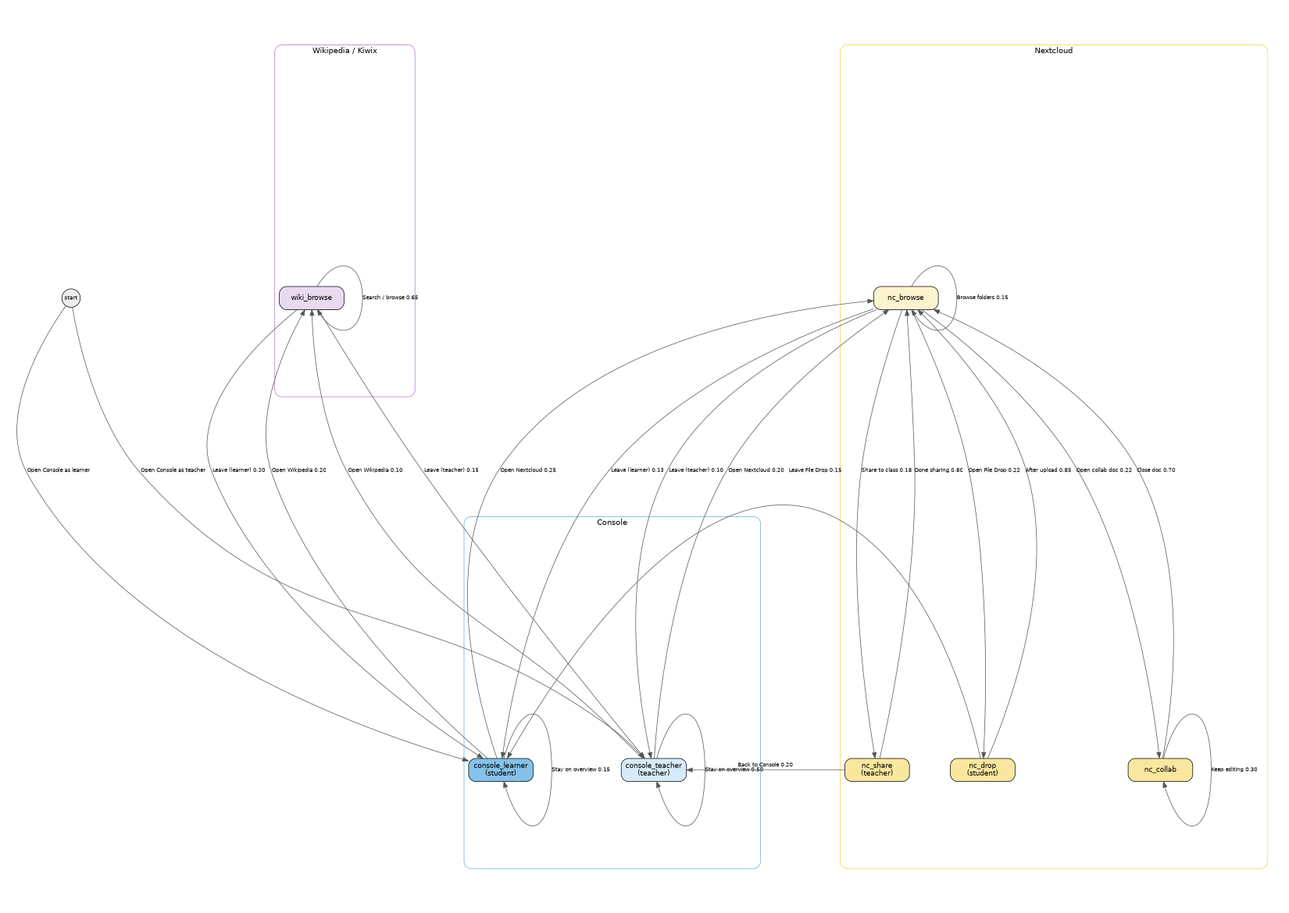
Earlier version of the Graphviz export proposals/multi-engine-markov-files.png (koenswings/agent-engine-dev). Its source is kept beside it as proposals/multi-engine-markov-files.dot.
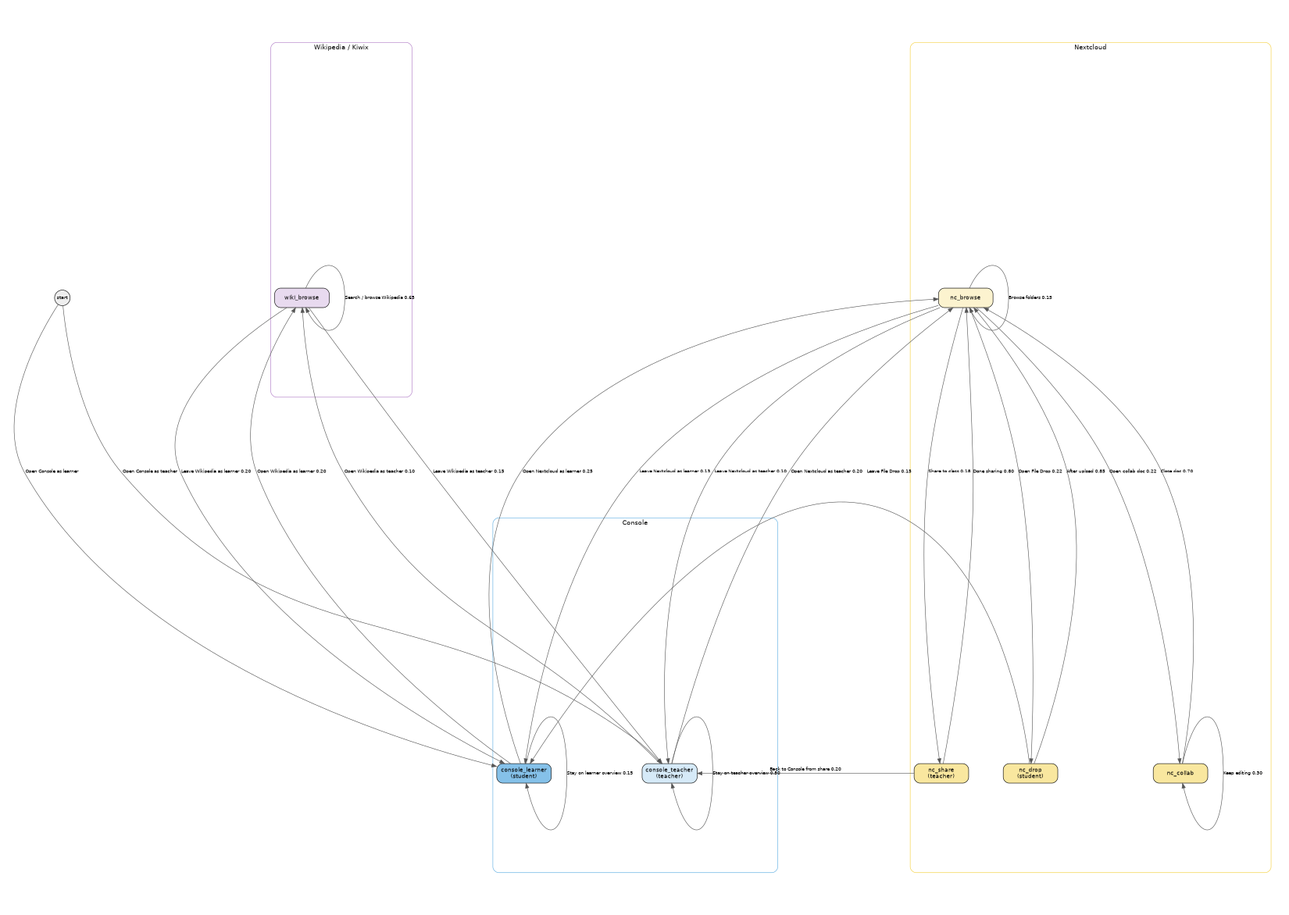
After the commit.

What changed in the source:
```diff
@@ -45,23 +45,23 @@
   start -> console_teacher [label="Open Console as teacher"];
   start -> console_learner  [label="Open Console as learner"];
 
-  console_teacher -> nc_browse       [label="Open Nextcloud 0.20"];
-  console_teacher -> wiki_browse     [label="Open Wikipedia 0.10"];
-  console_teacher -> console_teacher [label="Stay on overview 0.50"];
+  console_teacher -> nc_browse       [label="Open Nextcloud as teacher 0.20"];
+  console_teacher -> wiki_browse     [label="Open Wikipedia as teacher 0.10"];
+  console_teacher -> console_teacher [label="Stay on teacher overview 0.50"];
 
-  console_learner -> nc_browse       [label="Open Nextcloud 0.25"];
-  console_learner -> wiki_browse     [label="Open Wikipedia 0.20"];
-  console_learner -> console_learner [label="Stay on overview 0.15"];
+  console_learner -> nc_browse       [label="Open Nextcloud as learner 0.25"];
+  console_learner -> wiki_browse     [label="Open Wikipedia as learner 0.20"];
+  console_learner -> console_learner [label="Stay on learner overview 0.15"];
 
   nc_browse -> nc_share        [label="Share to class 0.18"];
   nc_browse -> nc_drop         [label="Open File Drop 0.22"];
   nc_browse -> nc_collab       [label="Open collab doc 0.22"];
   nc_browse -> nc_browse       [label="Browse folders 0.15"];
-  nc_browse -> console_learner [label="Leave (learner) 0.13"];
-  nc_browse -> console_teacher [label="Leave (teacher) 0.10"];
+  nc_browse -> console_learner [label="Leave Nextcloud as learner 0.13"];
+  nc_browse -> console_teacher [label="Leave Nextcloud as teacher 0.10"];
 
   nc_share -> nc_browse       [label="Done sharing 0.80"];
-  nc_share -> console_teacher [label="Back to Console 0.20"];
+  nc_share -> console_teacher [label="Back to Console from share 0.20"];
 
   nc_drop -> nc_browse       [label="After upload 0.85"];
   nc_drop -> console_learner [label="Leave File Drop 0.15"];
@@ -69,7 +69,7 @@
   nc_collab -> nc_browse [label="Close doc 0.70"];
   nc_collab -> nc_collab [label="Keep editing 0.30"];
 
-  wiki_browse -> wiki_browse     [label="Search / browse 0.65"];
-  wiki_browse -> console_learner [label="Leave (learner) 0.20"];
-  wiki_browse -> console_teacher [label="Leave (teacher) 0.15"];
+  wiki_browse -> wiki_browse     [label="Search / browse Wikipedia 0.65"];
+  wiki_browse -> console_learner [label="Leave Wikipedia as learner 0.20"];
+  wiki_browse -> console_teacher [label="Leave Wikipedia as teacher 0.15"];
 }
```
